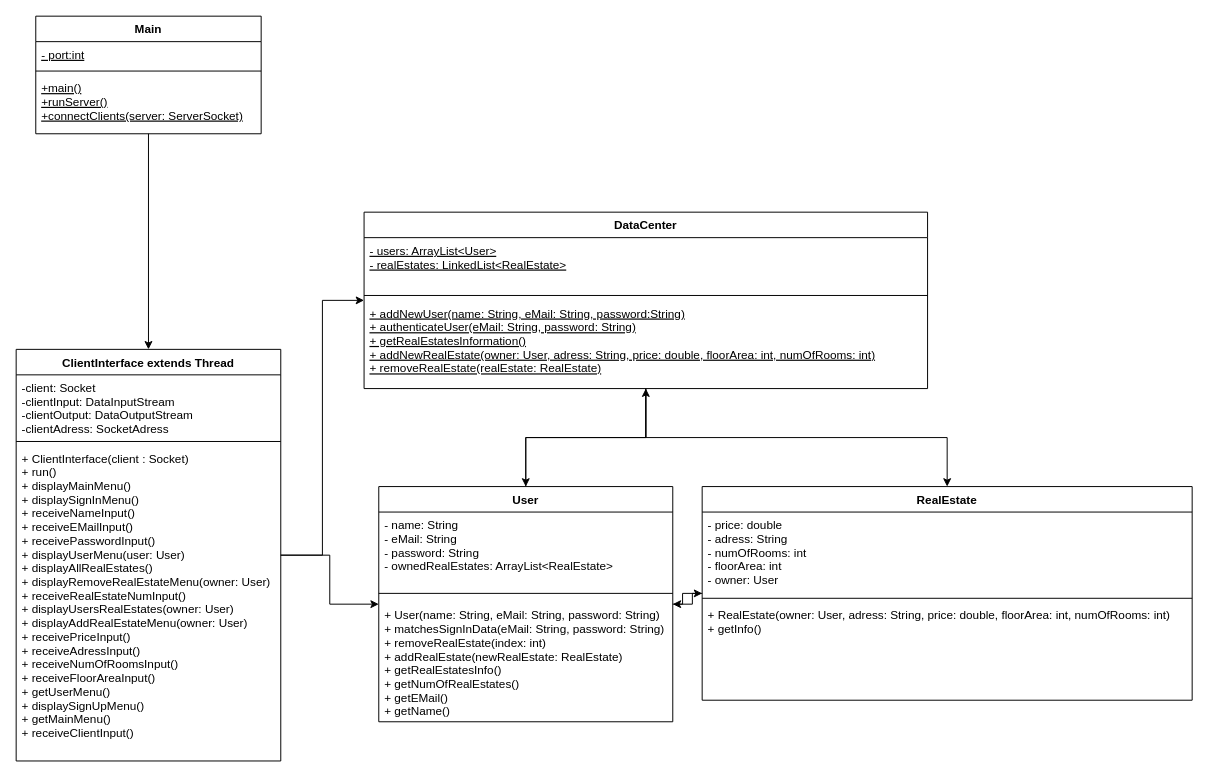
FabioKron/Online-Immobilienportal keeps this draw.io diagram as KlassendiagrammServer.drawio. Above is the earlier version. Source tidied: cells renumbered, new cells numbered last; positions are measured from the earlier drawing's top-left corner, leaving out a move shared by most shapes. Both pictures are drawn from the tidied source at 98%, with x=0, y=0 at pixel (16, 16).
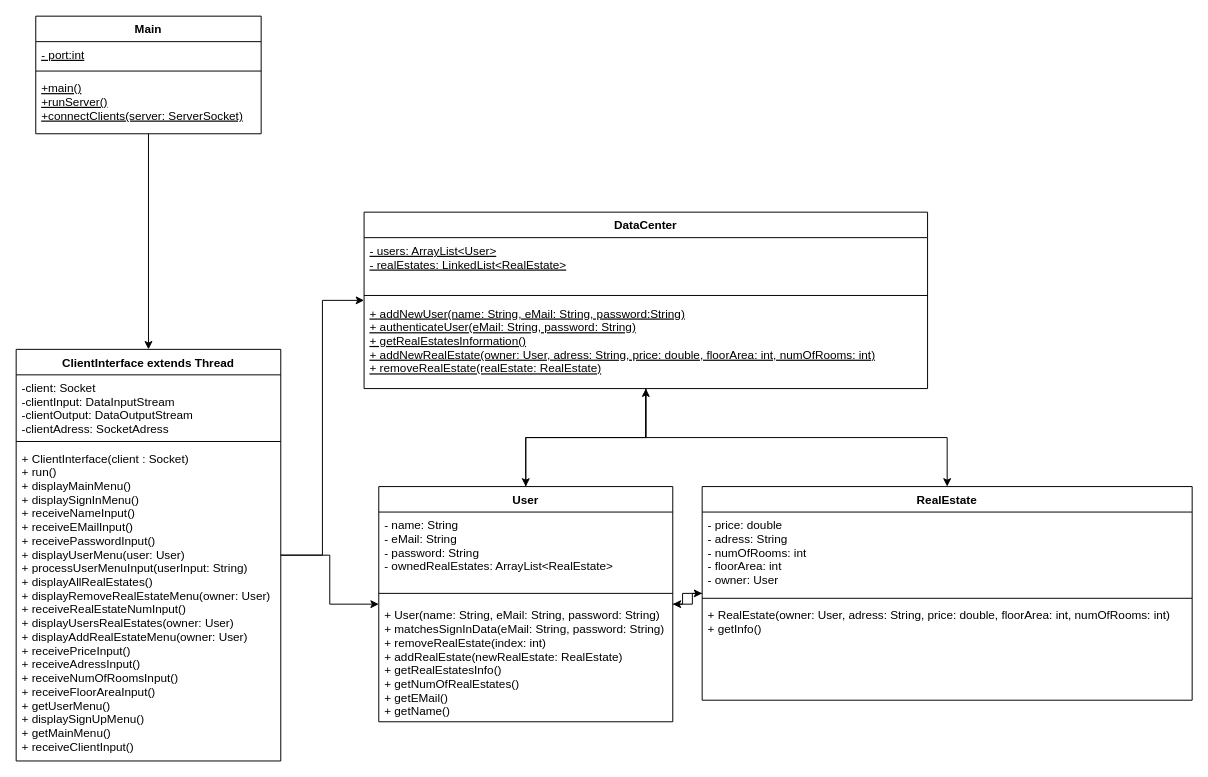
After the change.

Commit message (it also covers changes not shown here):
Hinzufügen der Methode processUserMenuInput in den Diagrammen Die Methode soll die Benutzereingabe im Benutzermenü verarbeiten

The change refers to these unchanged cells:
```xml
<mxCell id="9" value="ClientInterface extends Thread" style="swimlane;fontStyle=1;align=center;verticalAlign=top;horizontal=1;startSize=26;" parent="1" vertex="1">
  <mxGeometry y="340" width="270" height="420" as="geometry" />
</mxCell>
```

Change to the diagram source:
```diff
@@
-    <mxCell id="12" value="+ ClientInterface(client : Socket)&#10;+ run()&#10;+ displayMainMenu()&#10;+ displaySignInMenu()&#10;+ receiveNameInput()&#10;+ receiveEMailInput()&#10;+ receivePasswordInput()&#10;+ displayUserMenu(user: User)&#10;+ displayAllRealEstates()&#10;+ displayRemoveRealEstateMenu(owner: User)&#10;+ receiveRealEstateNumInput()&#10;+ displayUsersRealEstates(owner: User)&#10;+ displayAddRealEstateMenu(owner: User)&#10;+ receivePriceInput()&#10;+ receiveAdressInput()&#10;+ receiveNumOfRoomsInput()&#10;+ receiveFloorAreaInput()&#10;+ getUserMenu()&#10;+ displaySignUpMenu()&#10;+ getMainMenu()&#10;+ receiveClientInput()&#10;" style="text;strokeColor=none;fillColor=none;align=left;verticalAlign=top;spacingLeft=4;spacingRight=4;overflow=hidden;" parent="9" vertex="1">
+    <mxCell id="12" value="+ ClientInterface(client : Socket)&#10;+ run()&#10;+ displayMainMenu()&#10;+ displaySignInMenu()&#10;+ receiveNameInput()&#10;+ receiveEMailInput()&#10;+ receivePasswordInput()&#10;+ displayUserMenu(user: User)&#10;+ processUserMenuInput(userInput: String)&#10;+ displayAllRealEstates()&#10;+ displayRemoveRealEstateMenu(owner: User)&#10;+ receiveRealEstateNumInput()&#10;+ displayUsersRealEstates(owner: User)&#10;+ displayAddRealEstateMenu(owner: User)&#10;+ receivePriceInput()&#10;+ receiveAdressInput()&#10;+ receiveNumOfRoomsInput()&#10;+ receiveFloorAreaInput()&#10;+ getUserMenu()&#10;+ displaySignUpMenu()&#10;+ getMainMenu()&#10;+ receiveClientInput()&#10;" style="text;strokeColor=none;fillColor=none;align=left;verticalAlign=top;spacingLeft=4;spacingRight=4;overflow=hidden;" parent="9" vertex="1">
       <mxGeometry y="98" width="270" height="322" as="geometry" />
     </mxCell>
```
